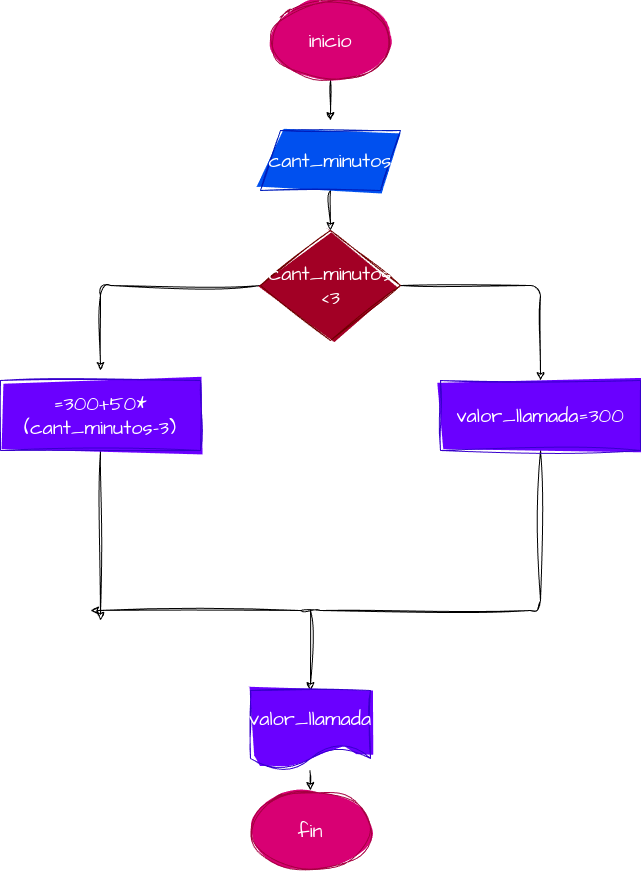
Earlier version of the draw.io export diagrama.png (penguindavid/Condicionales_1). Source tidied: cells renumbered, new cells last; positions are measured from the earlier drawing's top-left corner, leaving out a move shared by most shapes.
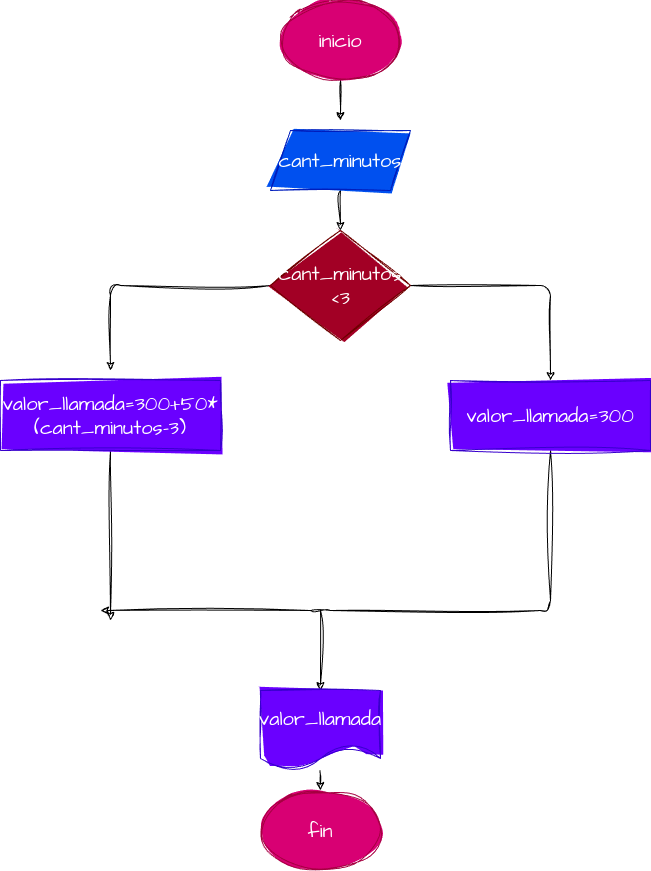
After the commit.

Diff of the diagram source:
```diff
@@ -55,8 +55,8 @@
         <mxPoint x="100" y="620" as="targetPoint" />
       </mxGeometry>
     </mxCell>
-    <mxCell id="12" value="=300+50*(cant_minutos-3)" style="rounded=0;whiteSpace=wrap;html=1;sketch=1;hachureGap=4;jiggle=2;curveFitting=1;fontFamily=Architects Daughter;fontSource=https%3A%2F%2Ffonts.googleapis.com%2Fcss%3Ffamily%3DArchitects%2BDaughter;fontSize=20;fillStyle=solid;fillColor=#6a00ff;fontColor=#ffffff;strokeColor=#3700CC;" parent="1" vertex="1">
-      <mxGeometry y="380" width="200" height="70" as="geometry" />
+    <mxCell id="12" value="valor_llamada=300+50*(cant_minutos-3)" style="rounded=0;whiteSpace=wrap;html=1;sketch=1;hachureGap=4;jiggle=2;curveFitting=1;fontFamily=Architects Daughter;fontSource=https%3A%2F%2Ffonts.googleapis.com%2Fcss%3Ffamily%3DArchitects%2BDaughter;fontSize=20;fillStyle=solid;fillColor=#6a00ff;fontColor=#ffffff;strokeColor=#3700CC;" parent="1" vertex="1">
+      <mxGeometry x="-10" y="380" width="220" height="70" as="geometry" />
     </mxCell>
     <mxCell id="13" style="edgeStyle=none;sketch=1;hachureGap=4;jiggle=2;curveFitting=1;html=1;exitX=0.5;exitY=1;exitDx=0;exitDy=0;fontFamily=Architects Daughter;fontSource=https%3A%2F%2Ffonts.googleapis.com%2Fcss%3Ffamily%3DArchitects%2BDaughter;fontSize=16;" parent="1" edge="1">
       <mxGeometry relative="1" as="geometry">
```
